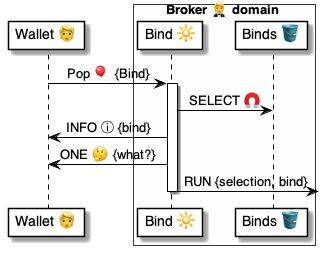
Above: 4 ⚙️ Solution/20 🧑‍🦰 UI/Brokers 🤵/🤵😃 Broker talkers/PopBind 🔗 talker/Bind/🤵 PopBind ⚙️ uml.png in pollyweb-org/pollyweb-docs (PlantUML), before the change. Its source is kept beside it as 4 ⚙️ Solution/20 🧑‍🦰 UI/Brokers 🤵/🤵😃 Broker talkers/PopBind 🔗 talker/Bind/🤵 PopBind ⚙️ uml.puml. Its diagram source:
```plantuml
@startuml PopBind

participant "Wallet 👱" as wallet
box Broker 🤵 domain #FFFFFA
    participant "Bind 🔆" as popped
    participant "Binds 🪣" as binds
end box

wallet -> popped: Pop 🎈 {Bind}


activate popped
    popped -> binds: SELECT 🧲
    popped -> wallet: INFO ⓘ {bind}
    popped -> wallet: ONE 🤔 {what?}
    popped -> : RUN {selection, bind}
deactivate popped

@enduml
```
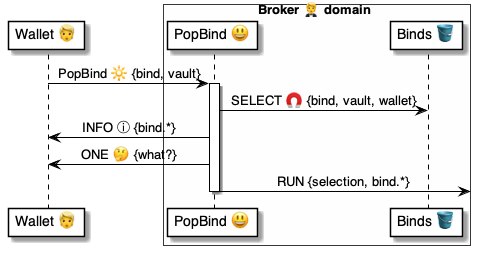
Later version of the same file.

The edit, as a diff of the source:
```diff
@@ -2,18 +2,18 @@
 
 participant "Wallet 👱" as wallet
 box Broker 🤵 domain #FFFFFA
-    participant "Bind 🔆" as popped
+    participant "PopBind 😃" as popped
     participant "Binds 🪣" as binds
 end box
 
-wallet -> popped: Pop 🎈 {Bind}
+wallet -> popped: PopBind 🔆 {bind, vault}
 
 
 activate popped
-    popped -> binds: SELECT 🧲
-    popped -> wallet: INFO ⓘ {bind}
+    popped -> binds: SELECT 🧲 {bind, vault, wallet}
+    popped -> wallet: INFO ⓘ {bind.*}
     popped -> wallet: ONE 🤔 {what?}
-    popped -> : RUN {selection, bind}
+    popped -> : RUN {selection, bind.*}
 deactivate popped
 
 @enduml
```
